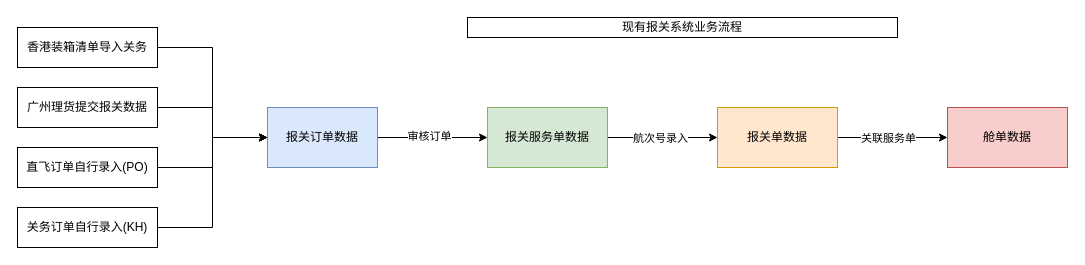
Earlier version of the draw.io diagram AEO.drawio (HugBoomsj/draw). Source tidied: cells renumbered, new cells numbered last; positions are measured from the earlier drawing's top-left corner, leaving out a move shared by most shapes. Both pictures are drawn from the tidied source at 100%, with x=0, y=0 at pixel (17, 17).
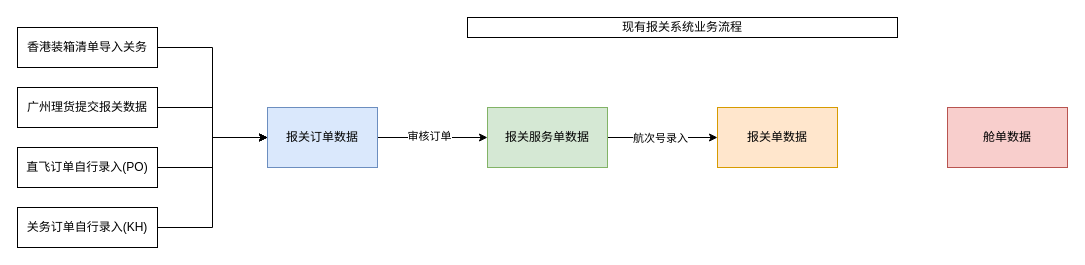
The same diagram, later.

The change refers to these unchanged cells:
```xml
<mxCell id="18" value="报关单数据" style="rounded=0;whiteSpace=wrap;html=1;fillColor=#ffe6cc;strokeColor=#d79b00;" parent="1" vertex="1">
  <mxGeometry x="700" y="90" width="120" height="60" as="geometry" />
</mxCell>
<mxCell id="19" value="舱单数据" style="rounded=0;whiteSpace=wrap;html=1;fillColor=#f8cecc;strokeColor=#b85450;" parent="1" vertex="1">
  <mxGeometry x="930" y="90" width="120" height="60" as="geometry" />
</mxCell>
```

What changed in the source:
```diff
@@
-    <mxCell id="16" style="edgeStyle=orthogonalEdgeStyle;rounded=0;jettySize=auto;html=1;exitX=1;exitY=0.5;exitDx=0;exitDy=0;" parent="1" edge="1" source="18" target="19">
-      <mxGeometry relative="1" as="geometry" />
-    </mxCell>
-    <mxCell id="17" value="关联服务单" style="edgeLabel;html=1;align=center;verticalAlign=middle;" parent="16" vertex="1">
-      <mxGeometry x="-0.29" y="2" relative="1" as="geometry">
-        <mxPoint x="11" y="2" as="offset" />
-      </mxGeometry>
-    </mxCell>
```
